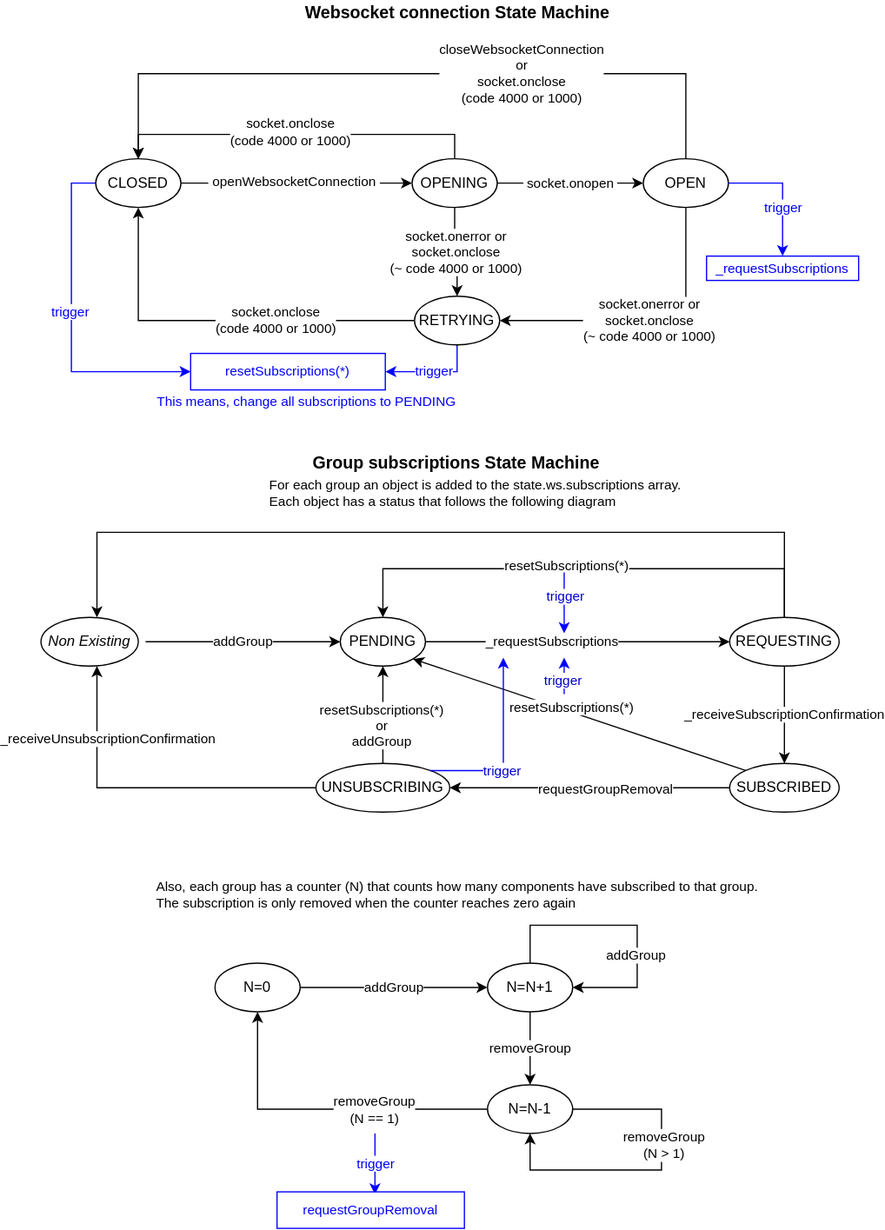
The draw.io diagram love/docsrc/assets/redux-ws-connection.svg in lsst-ts/LOVE-frontend, before a commit. Source tidied: cells renumbered, new cells last; positions are measured from the earlier drawing's top-left corner, leaving out a move shared by most shapes.
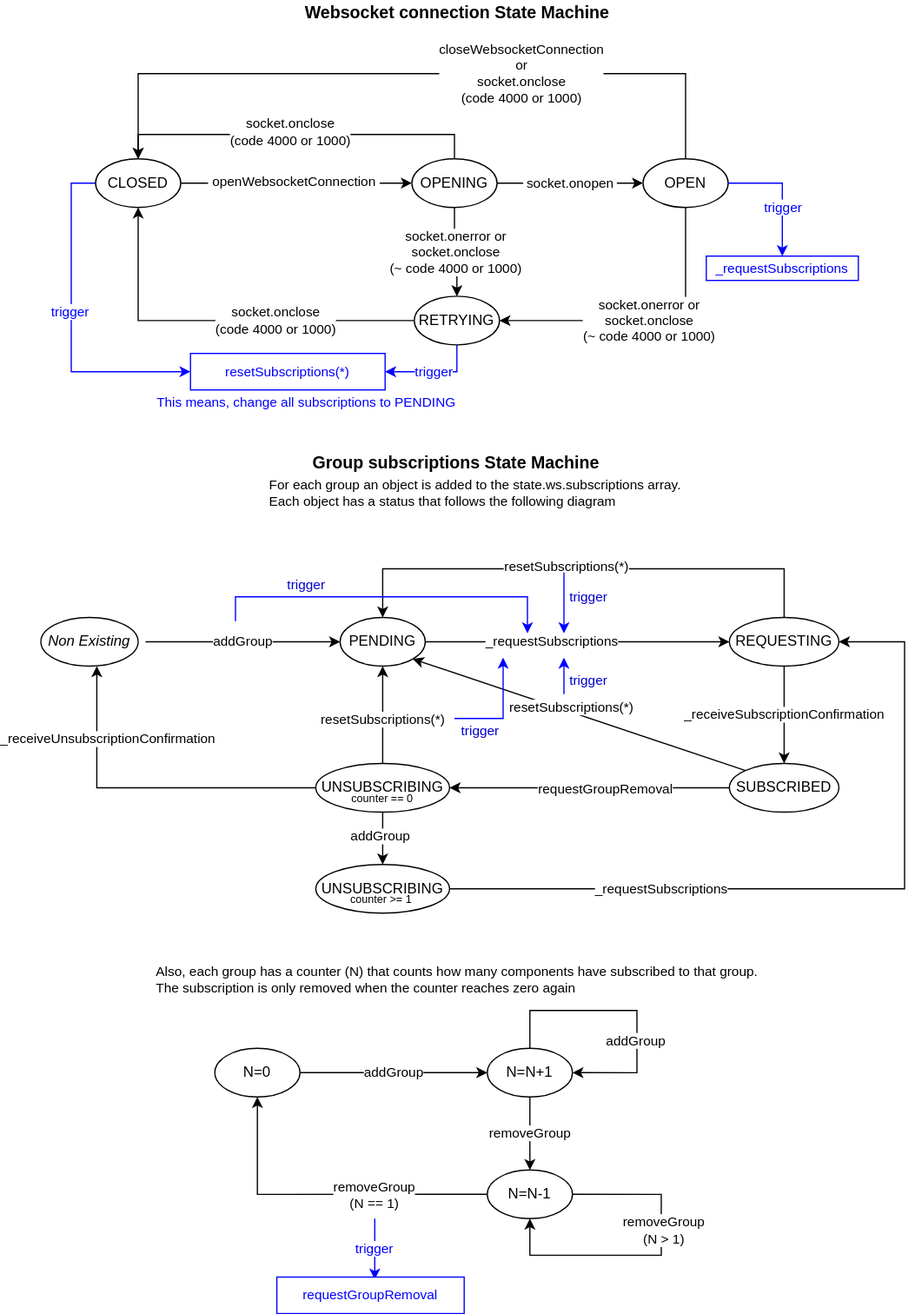
After the change.

Commit message:
Avoid subscription renewal when state is UNSUBSCRIBING.

What changed in the source:
```diff
@@ -99,15 +99,6 @@
     <mxCell id="27" value="&lt;span style=&quot;white-space: normal&quot;&gt;resetSubscriptions(*)&lt;/span&gt;" style="text;html=1;align=center;verticalAlign=middle;labelBackgroundColor=#ffffff;fontSize=11;" parent="26" vertex="1">
       <mxGeometry x="0.07" y="-2" relative="1" as="geometry" />
     </mxCell>
-    <mxCell id="28" style="edgeStyle=orthogonalEdgeStyle;rounded=0;jettySize=auto;html=1;exitX=0.5;exitY=0;exitDx=0;exitDy=0;entryX=0.5;entryY=0;entryDx=0;entryDy=0;strokeColor=#000000;fontSize=11;fontColor=#0000FF;" parent="1" edge="1" source="29">
-      <mxGeometry relative="1" as="geometry">
-        <mxPoint x="46" y="507" as="targetPoint" />
-        <Array as="points">
-          <mxPoint x="611" y="437" />
-          <mxPoint x="46" y="437" />
-        </Array>
-      </mxGeometry>
-    </mxCell>
     <mxCell id="29" value="REQUESTING" style="ellipse;whiteSpace=wrap;html=1;" parent="1" vertex="1">
       <mxGeometry x="566" y="507" width="90" height="40" as="geometry" />
     </mxCell>
@@ -139,9 +130,17 @@
     <mxCell id="37" style="edgeStyle=orthogonalEdgeStyle;rounded=0;jettySize=auto;html=1;entryX=0.5;entryY=1;entryDx=0;entryDy=0;fontSize=11;" parent="1" edge="1" source="39" target="22">
       <mxGeometry relative="1" as="geometry" />
     </mxCell>
-    <mxCell id="38" value="&lt;span style=&quot;white-space: normal&quot;&gt;resetSubscriptions(*)&lt;br&gt;or&lt;br&gt;&lt;/span&gt;addGroup&lt;span style=&quot;white-space: normal&quot;&gt;&lt;br&gt;&lt;/span&gt;" style="text;html=1;align=center;verticalAlign=middle;labelBackgroundColor=#ffffff;fontSize=11;fontColor=#000000;" parent="37" vertex="1">
-      <mxGeometry x="-0.2" y="1" relative="1" as="geometry" />
+    <mxCell id="38" value="&lt;span style=&quot;white-space: normal&quot;&gt;resetSubscriptions(*)&lt;/span&gt;&lt;span style=&quot;white-space: normal&quot;&gt;&lt;br&gt;&lt;/span&gt;" style="text;html=1;align=center;verticalAlign=middle;labelBackgroundColor=#ffffff;fontSize=11;fontColor=#000000;" parent="37" vertex="1">
+      <mxGeometry x="-0.2" y="1" relative="1" as="geometry">
+        <mxPoint x="1" y="-5" as="offset" />
+      </mxGeometry>
     </mxCell>
+    <mxCell id="65" style="edgeStyle=orthogonalEdgeStyle;rounded=0;jettySize=auto;html=1;" parent="1" edge="1" source="39" target="72">
+      <mxGeometry relative="1" as="geometry" />
+    </mxCell>
+    <mxCell id="66" value="addGroup" style="edgeLabel;html=1;align=center;verticalAlign=middle;" parent="65" vertex="1">
+      <mxGeometry x="-0.09" y="-2" relative="1" as="geometry" />
+    </mxCell>
     <mxCell id="39" value="UNSUBSCRIBING" style="ellipse;whiteSpace=wrap;html=1;" parent="1" vertex="1">
       <mxGeometry x="226" y="627" width="110" height="40" as="geometry" />
     </mxCell>
@@ -163,13 +162,13 @@
       <mxGeometry x="88" y="320" width="260" height="20" as="geometry" />
     </mxCell>
     <mxCell id="45" value="N=0" style="ellipse;whiteSpace=wrap;html=1;" parent="1" vertex="1">
-      <mxGeometry x="143" y="791.2" width="70" height="40" as="geometry" />
+      <mxGeometry x="143" y="861.2" width="70" height="40" as="geometry" />
     </mxCell>
     <mxCell id="46" value="removeGroup" style="edgeStyle=orthogonalEdgeStyle;rounded=0;jettySize=auto;html=1;exitX=0.5;exitY=1;exitDx=0;exitDy=0;entryX=0.5;entryY=0;entryDx=0;entryDy=0;" parent="1" edge="1" source="47" target="51">
       <mxGeometry relative="1" as="geometry" />
     </mxCell>
     <mxCell id="47" value="N=N+1" style="ellipse;whiteSpace=wrap;html=1;" parent="1" vertex="1">
-      <mxGeometry x="367" y="791.2" width="70" height="40" as="geometry" />
+      <mxGeometry x="367" y="861.2" width="70" height="40" as="geometry" />
     </mxCell>
     <mxCell id="48" value="&lt;div&gt;addGroup&lt;br&gt;&lt;/div&gt;" style="edgeStyle=orthogonalEdgeStyle;rounded=0;jettySize=auto;html=1;entryX=0;entryY=0.5;entryDx=0;entryDy=0;fontSize=11;exitX=1;exitY=0.5;exitDx=0;exitDy=0;" parent="1" edge="1" source="45" target="47">
       <mxGeometry relative="1" as="geometry" />
@@ -183,14 +182,14 @@
       </mxGeometry>
     </mxCell>
     <mxCell id="51" value="N=N-1" style="ellipse;whiteSpace=wrap;html=1;" parent="1" vertex="1">
-      <mxGeometry x="367" y="891.2" width="70" height="40" as="geometry" />
+      <mxGeometry x="367" y="961.2" width="70" height="40" as="geometry" />
     </mxCell>
     <mxCell id="52" style="edgeStyle=orthogonalEdgeStyle;rounded=0;orthogonalLoop=1;jettySize=auto;html=1;exitX=0.5;exitY=0;exitDx=0;exitDy=0;entryX=1;entryY=0.5;entryDx=0;entryDy=0;" parent="1" edge="1" source="47" target="47">
       <mxGeometry relative="1" as="geometry">
         <Array as="points">
-          <mxPoint x="402" y="760" />
-          <mxPoint x="490" y="760" />
-          <mxPoint x="490" y="811" />
+          <mxPoint x="402" y="830" />
+          <mxPoint x="490" y="830" />
+          <mxPoint x="490" y="881" />
         </Array>
       </mxGeometry>
     </mxCell>
@@ -202,9 +201,9 @@
     <mxCell id="54" style="edgeStyle=orthogonalEdgeStyle;rounded=0;orthogonalLoop=1;jettySize=auto;html=1;exitX=1;exitY=0.5;exitDx=0;exitDy=0;entryX=0.5;entryY=1;entryDx=0;entryDy=0;" parent="1" edge="1" source="51" target="51">
       <mxGeometry relative="1" as="geometry">
         <Array as="points">
-          <mxPoint x="510" y="911.2" />
-          <mxPoint x="510" y="961.2" />
-          <mxPoint x="402" y="961.2" />
+          <mxPoint x="510" y="981.2" />
+          <mxPoint x="510" y="1031.2" />
+          <mxPoint x="402" y="1031.2" />
         </Array>
       </mxGeometry>
     </mxCell>
@@ -215,28 +214,19 @@
     </mxCell>
     <mxCell id="56" value="&lt;font color=&quot;#0000ff&quot;&gt;trigger&lt;/font&gt;" style="edgeStyle=orthogonalEdgeStyle;rounded=0;orthogonalLoop=1;jettySize=auto;html=1;fontSize=11;strokeColor=#0000FF;" parent="1" edge="1">
       <mxGeometry relative="1" as="geometry">
-        <mxPoint x="274.5" y="931.2" as="sourcePoint" />
-        <mxPoint x="274.5" y="981.2" as="targetPoint" />
+        <mxPoint x="274.5" y="1001.2" as="sourcePoint" />
+        <mxPoint x="274.5" y="1051.2" as="targetPoint" />
         <Array as="points">
-          <mxPoint x="274.5" y="931.2" />
+          <mxPoint x="274.5" y="1001.2" />
         </Array>
       </mxGeometry>
     </mxCell>
     <mxCell id="57" value="&lt;font color=&quot;#0000ff&quot;&gt;requestGroupRemoval&lt;/font&gt;" style="rounded=0;whiteSpace=wrap;html=1;fontSize=11;strokeColor=#0000FF;" parent="1" vertex="1">
-      <mxGeometry x="194" y="979.2" width="154" height="30" as="geometry" />
+      <mxGeometry x="194" y="1049.2" width="154" height="30" as="geometry" />
     </mxCell>
     <mxCell id="58" value="&lt;div style=&quot;text-align: justify&quot;&gt;Also, each group has a counter (N) that counts how many components have subscribed to that group.&lt;/div&gt;&lt;div style=&quot;text-align: justify&quot;&gt;The subscription is only removed when the counter reaches zero again&lt;/div&gt;" style="text;html=1;align=left;verticalAlign=middle;fontSize=11;" parent="1" vertex="1">
-      <mxGeometry x="93" y="720" width="510" height="30" as="geometry" />
+      <mxGeometry x="93" y="790" width="510" height="30" as="geometry" />
     </mxCell>
-    <mxCell id="59" style="edgeStyle=orthogonalEdgeStyle;rounded=0;orthogonalLoop=1;jettySize=auto;html=1;fontSize=11;strokeColor=#0000FF;" parent="1" edge="1">
-      <mxGeometry relative="1" as="geometry">
-        <mxPoint x="430" y="570" as="sourcePoint" />
-        <mxPoint x="430" y="540" as="targetPoint" />
-      </mxGeometry>
-    </mxCell>
-    <mxCell id="60" value="&lt;span style=&quot;white-space: normal&quot;&gt;&lt;font color=&quot;#0000cc&quot;&gt;trigger&lt;/font&gt;&lt;br&gt;&lt;/span&gt;" style="text;html=1;align=center;verticalAlign=middle;labelBackgroundColor=#ffffff;fontSize=11;fontColor=#000000;" parent="59" vertex="1">
-      <mxGeometry x="-0.2" y="1" relative="1" as="geometry" />
-    </mxCell>
     <mxCell id="61" style="edgeStyle=orthogonalEdgeStyle;rounded=0;orthogonalLoop=1;jettySize=auto;html=1;fontSize=11;strokeColor=#0000FF;" parent="1" edge="1">
       <mxGeometry relative="1" as="geometry">
         <mxPoint x="430" y="470" as="sourcePoint" />
@@ -244,18 +234,70 @@
       </mxGeometry>
     </mxCell>
     <mxCell id="62" value="&lt;span style=&quot;white-space: normal&quot;&gt;&lt;font color=&quot;#0000cc&quot;&gt;trigger&lt;/font&gt;&lt;br&gt;&lt;/span&gt;" style="text;html=1;align=center;verticalAlign=middle;labelBackgroundColor=#ffffff;fontSize=11;fontColor=#000000;" parent="61" vertex="1">
-      <mxGeometry x="-0.2" y="1" relative="1" as="geometry" />
+      <mxGeometry x="-0.2" y="1" relative="1" as="geometry">
+        <mxPoint x="19" as="offset" />
+      </mxGeometry>
     </mxCell>
-    <mxCell id="63" style="edgeStyle=orthogonalEdgeStyle;rounded=0;jettySize=auto;html=1;fontSize=11;strokeColor=#0000FF;exitX=1;exitY=0;exitDx=0;exitDy=0;" parent="1" edge="1" source="39">
+    <mxCell id="63" style="edgeStyle=orthogonalEdgeStyle;rounded=0;orthogonalLoop=1;jettySize=auto;html=1;fontSize=11;strokeColor=#0000FF;" parent="1" edge="1">
       <mxGeometry relative="1" as="geometry">
+        <mxPoint x="340" y="590" as="sourcePoint" />
         <mxPoint x="380" y="540" as="targetPoint" />
         <Array as="points">
-          <mxPoint x="380" y="633" />
+          <mxPoint x="340" y="590" />
+          <mxPoint x="380" y="590" />
         </Array>
       </mxGeometry>
     </mxCell>
     <mxCell id="64" value="&lt;span style=&quot;white-space: normal&quot;&gt;&lt;font color=&quot;#0000cc&quot;&gt;trigger&lt;/font&gt;&lt;br&gt;&lt;/span&gt;" style="text;html=1;align=center;verticalAlign=middle;labelBackgroundColor=#ffffff;fontSize=11;fontColor=#000000;" parent="63" vertex="1">
-      <mxGeometry x="-0.2" y="1" relative="1" as="geometry" />
+      <mxGeometry x="-0.2" y="1" relative="1" as="geometry">
+        <mxPoint x="-15" y="11" as="offset" />
+      </mxGeometry>
     </mxCell>
+    <mxCell id="67" style="edgeStyle=orthogonalEdgeStyle;rounded=0;orthogonalLoop=1;jettySize=auto;html=1;fontSize=11;strokeColor=#0000FF;" parent="1" edge="1">
+      <mxGeometry relative="1" as="geometry">
+        <mxPoint x="160" y="510" as="sourcePoint" />
+        <mxPoint x="400" y="520" as="targetPoint" />
+        <Array as="points">
+          <mxPoint x="160" y="490" />
+          <mxPoint x="400" y="490" />
+        </Array>
+      </mxGeometry>
+    </mxCell>
+    <mxCell id="68" value="&lt;span style=&quot;white-space: normal&quot;&gt;&lt;font color=&quot;#0000cc&quot;&gt;trigger&lt;/font&gt;&lt;br&gt;&lt;/span&gt;" style="text;html=1;align=center;verticalAlign=middle;labelBackgroundColor=#ffffff;fontSize=11;fontColor=#000000;" parent="67" vertex="1">
+      <mxGeometry x="-0.2" y="1" relative="1" as="geometry">
+        <mxPoint x="-38" y="-9" as="offset" />
+      </mxGeometry>
+    </mxCell>
+    <mxCell id="59" style="edgeStyle=orthogonalEdgeStyle;rounded=0;orthogonalLoop=1;jettySize=auto;html=1;fontSize=11;strokeColor=#0000FF;" parent="1" edge="1">
+      <mxGeometry relative="1" as="geometry">
+        <mxPoint x="430" y="570" as="sourcePoint" />
+        <mxPoint x="430" y="540" as="targetPoint" />
+      </mxGeometry>
+    </mxCell>
+    <mxCell id="60" value="&lt;span style=&quot;white-space: normal&quot;&gt;&lt;font color=&quot;#0000cc&quot;&gt;trigger&lt;/font&gt;&lt;br&gt;&lt;/span&gt;" style="text;html=1;align=center;verticalAlign=middle;labelBackgroundColor=#ffffff;fontSize=11;fontColor=#000000;" parent="59" vertex="1">
+      <mxGeometry x="-0.2" y="1" relative="1" as="geometry">
+        <mxPoint x="21" as="offset" />
+      </mxGeometry>
+    </mxCell>
+    <mxCell id="69" value="&lt;font style=&quot;font-size: 9px;&quot;&gt;counter == 0&lt;/font&gt;" style="text;html=1;whiteSpace=wrap;strokeColor=none;fillColor=none;align=center;verticalAlign=middle;rounded=0;" parent="1" vertex="1">
+      <mxGeometry x="253" y="650" width="56" height="10" as="geometry" />
+    </mxCell>
+    <mxCell id="70" style="edgeStyle=orthogonalEdgeStyle;rounded=0;jettySize=auto;html=1;entryX=1;entryY=0.5;entryDx=0;entryDy=0;" parent="1" edge="1" source="72" target="29">
+      <mxGeometry relative="1" as="geometry">
+        <Array as="points">
+          <mxPoint x="710" y="730" />
+          <mxPoint x="710" y="527" />
+        </Array>
+      </mxGeometry>
+    </mxCell>
+    <mxCell id="71" value="_requestSubscriptions" style="edgeLabel;html=1;align=center;verticalAlign=middle;" parent="70" vertex="1">
+      <mxGeometry x="-0.45" relative="1" as="geometry" />
+    </mxCell>
+    <mxCell id="72" value="UNSUBSCRIBING" style="ellipse;whiteSpace=wrap;html=1;" parent="1" vertex="1">
+      <mxGeometry x="226" y="710" width="110" height="40" as="geometry" />
+    </mxCell>
+    <mxCell id="73" value="&lt;font style=&quot;font-size: 9px;&quot;&gt;counter &amp;gt;= 1&lt;/font&gt;" style="text;html=1;whiteSpace=wrap;strokeColor=none;fillColor=none;align=center;verticalAlign=middle;rounded=0;" parent="1" vertex="1">
+      <mxGeometry x="252" y="733" width="56" height="10" as="geometry" />
+    </mxCell>
   </root>
 </mxGraphModel>
```
